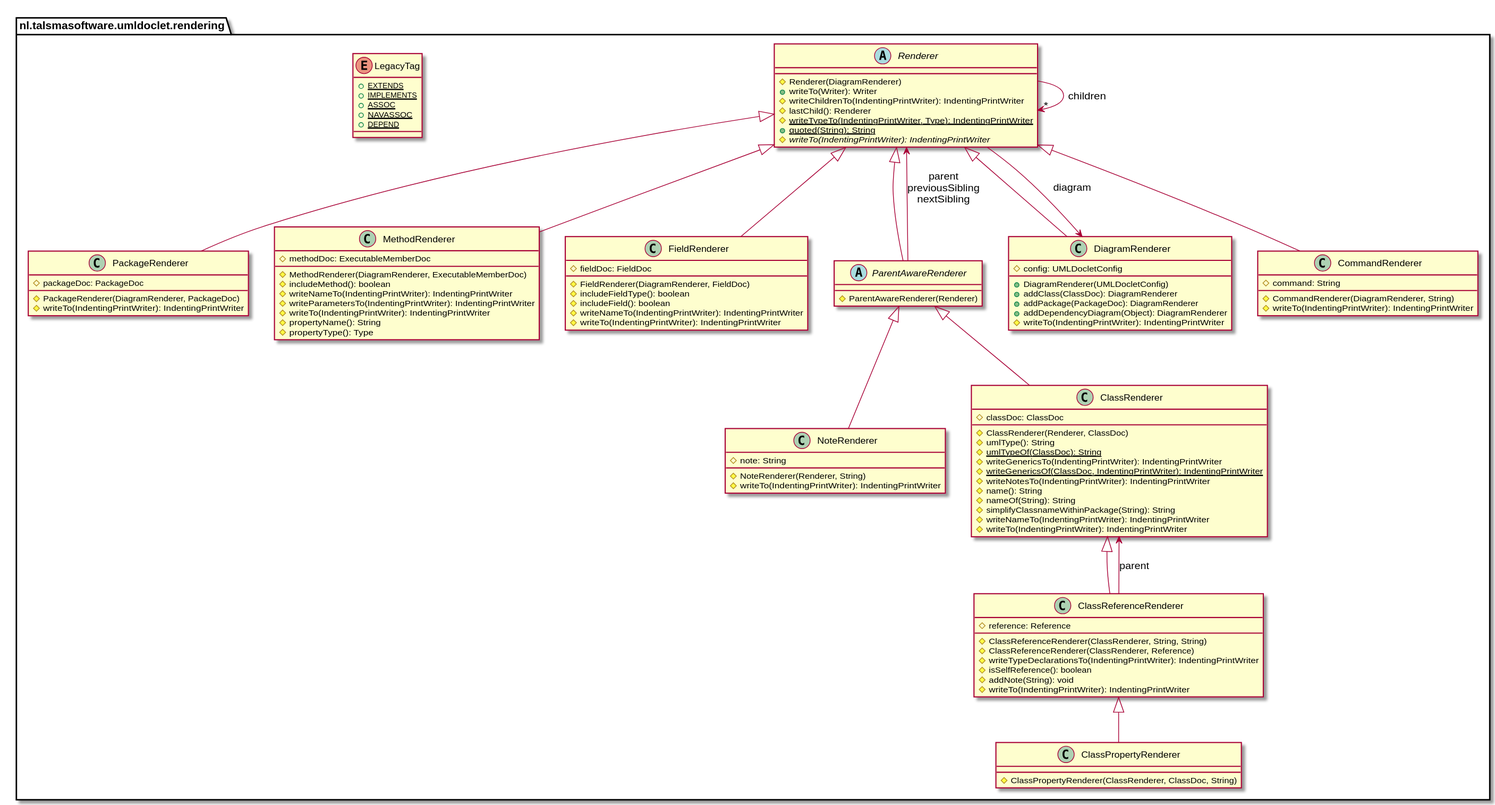
talsma-ict/umldoclet keeps this PlantUML diagram as example/rendering-package.svg. Above is the earlier version. Its source is kept beside it as example/rendering-package.puml.
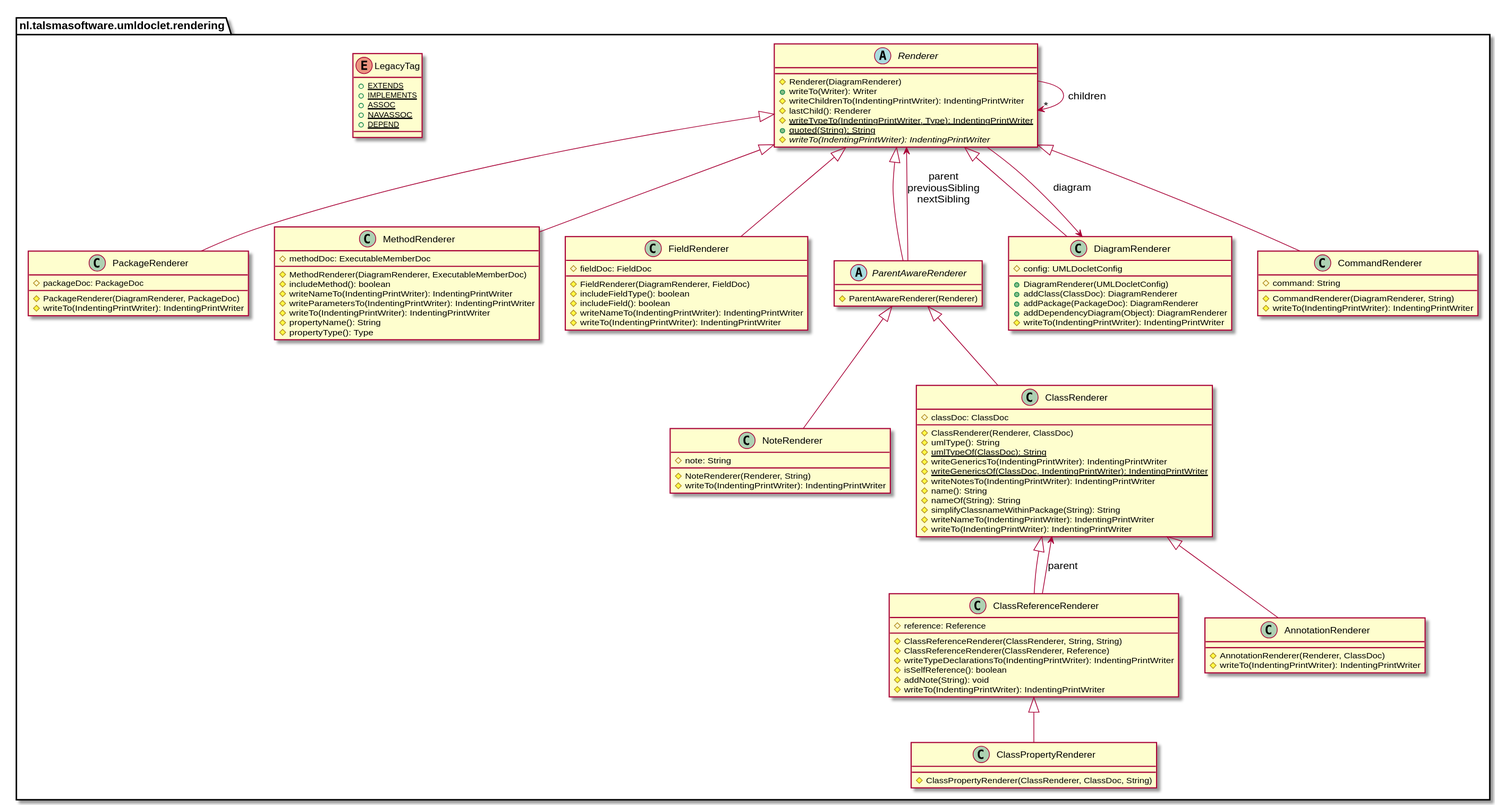
Later version of the same file.

Diff of the diagram source:
```diff
@@ -100,6 +100,11 @@
             #ClassPropertyRenderer(ClassRenderer, ClassDoc, String)
         }
 
+        class AnnotationRenderer {
+            #AnnotationRenderer(Renderer, ClassDoc)
+            #writeTo(IndentingPrintWriter): IndentingPrintWriter
+        }
+
         Renderer <|-- ParentAwareRenderer
 
         Renderer <|-- PackageRenderer
@@ -120,6 +125,8 @@
 
         ClassReferenceRenderer <|-- ClassPropertyRenderer
 
+        ClassRenderer <|-- AnnotationRenderer
+
         Renderer --> DiagramRenderer: diagram
 
         Renderer --> "*" Renderer: children
```
